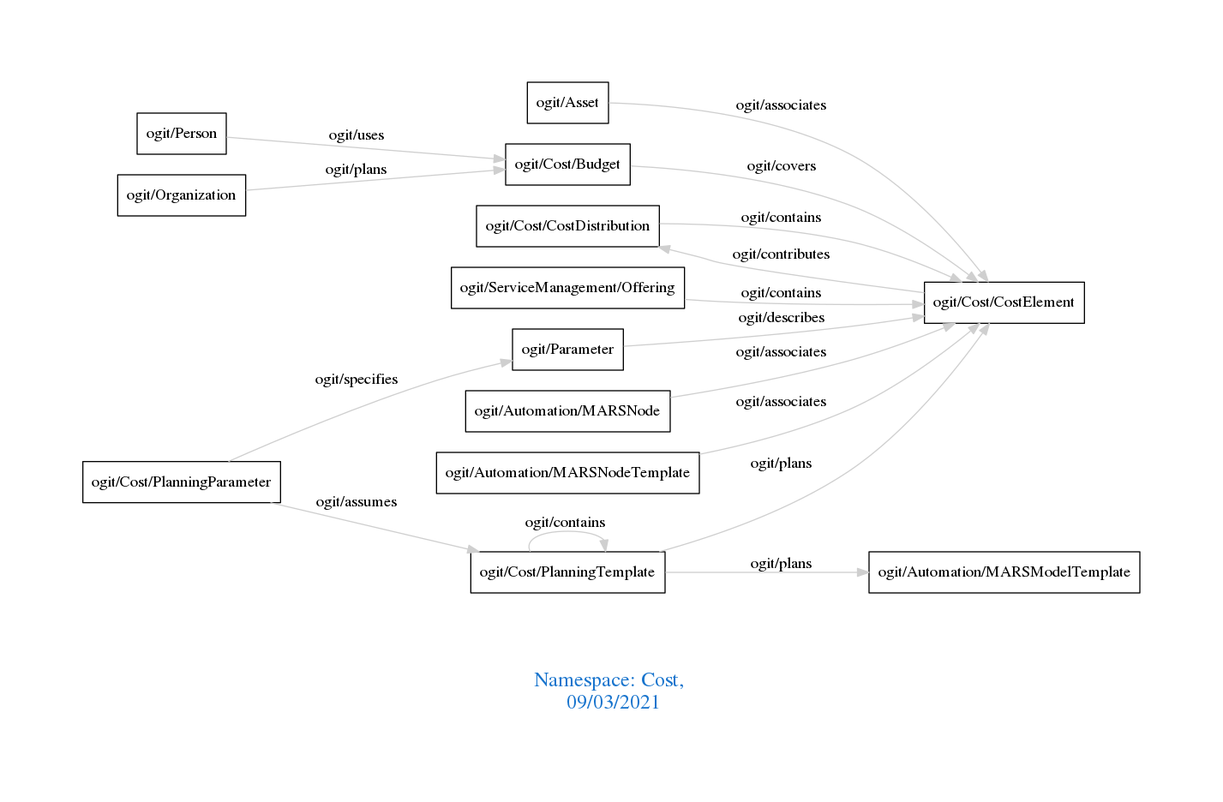
Before: downloads/Cost.png, a diagram exported from Graphviz (arago/OGIT). Its source is kept beside it as downloads/Cost.dot.
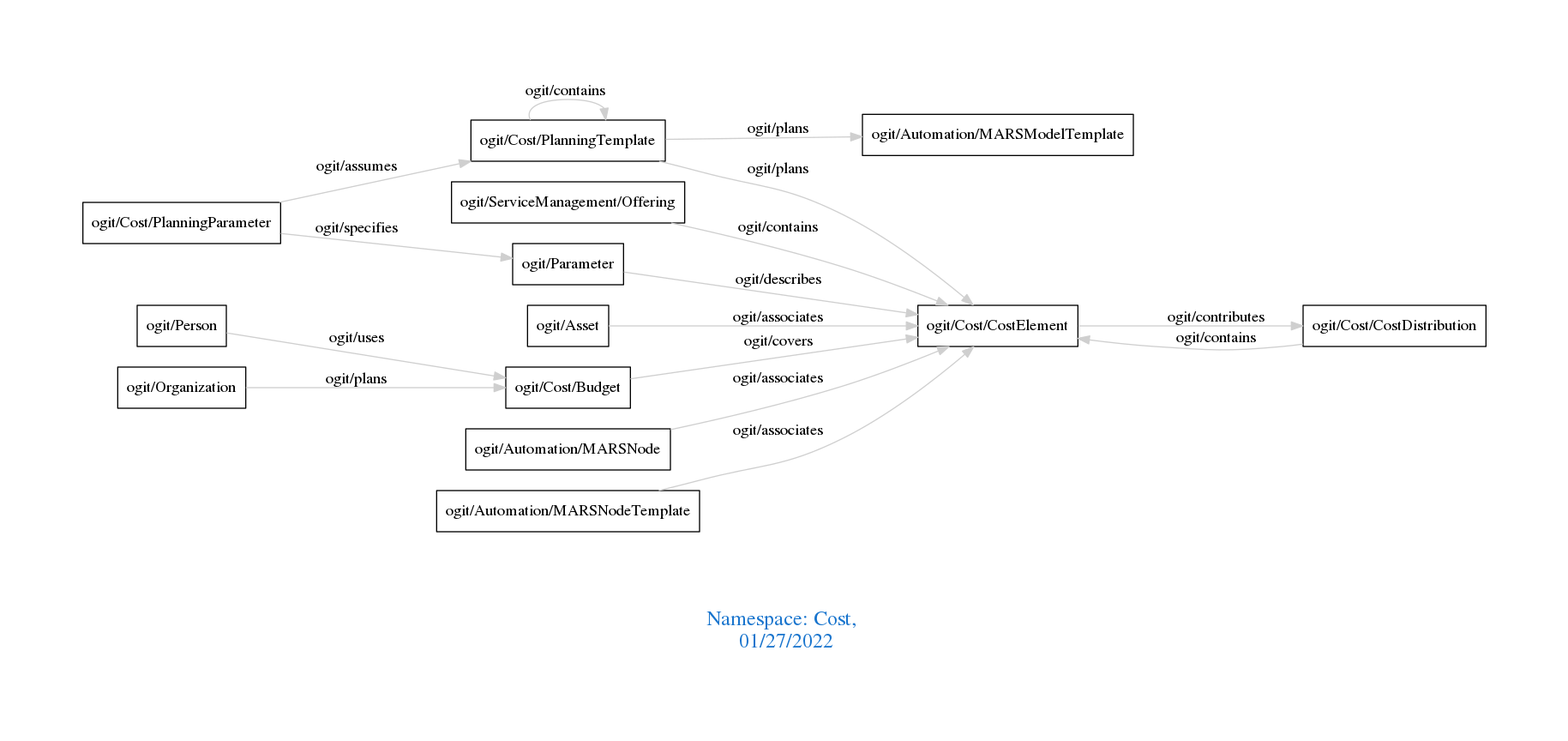
Later version of the same file.

What changed in the source:
```diff
@@ -1,12 +1,12 @@
 digraph OGIT_ontology {
  graph [ rankdir= LR,pad=1
 fontsize = 18,
-fontcolor= dodgerblue3,label = "\n\n\nNamespace: Cost, \n 09/03/2021"];
+fontcolor= dodgerblue3,label = "\n\n\nNamespace: Cost, \n 01/27/2022"];
 node[shape=polygon];
 edge [  color="gray81"];
 
+   "ogit/ServiceManagement/Offering" -> "ogit/Cost/CostElement" [label="   ogit/contains    "];
    "ogit/Cost/CostDistribution" -> "ogit/Cost/CostElement" [label="   ogit/contains    "];
-   "ogit/ServiceManagement/Offering" -> "ogit/Cost/CostElement" [label="   ogit/contains    "];
    "ogit/Cost/PlanningParameter" -> "ogit/Parameter" [label="   ogit/specifies    "];
    "ogit/Cost/Budget" -> "ogit/Cost/CostElement" [label="   ogit/covers    "];
    "ogit/Parameter" -> "ogit/Cost/CostElement" [label="   ogit/describes    "];
```
